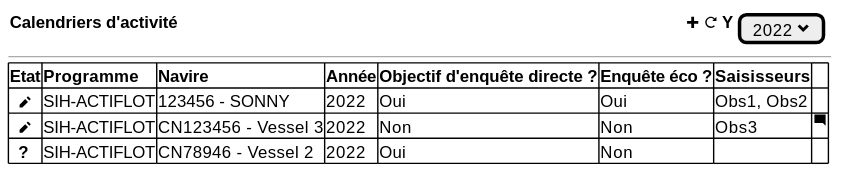
Above: projects/activity-calendar/spe/images/activity-calendar-table.svg in sumaris-net/sumaris-doc (PlantUML), before the change.
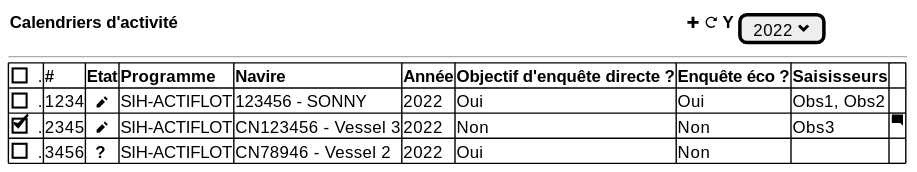
The same file after the commit.

The edit, as a diff of the source:
```diff
@@ -4,10 +4,10 @@
   --
 	{#
 
-     <b>Etat | <b>Programme | <b>Navire   | <b>Année | <b>Objectif d'enquête directe ? | <b>Enquête éco ?|<b>Saisisseurs | .
-     <b>  <&pencil> | SIH-ACTIFLOT | 123456 - SONNY | 2022 | Oui | Oui | Obs1, Obs2 | .
-     <b>  <&pencil> | SIH-ACTIFLOT | CN123456 - Vessel 3 | 2022 | Non | Non | Obs3 | <&comment-square>
-     <b>  ? | SIH-ACTIFLOT | CN78946 - Vessel 2 | 2022 | Oui | Non | .
+     [ ]. | <b># | <b>Etat | <b>Programme | <b>Navire   | <b>Année | <b>Objectif d'enquête directe ? | <b>Enquête éco ?|<b>Saisisseurs | .
+     [ ]. | 1234 | <b>  <&pencil> | SIH-ACTIFLOT | 123456 - SONNY | 2022 | Oui | Oui | Obs1, Obs2 | .
+     [X]. | 2345 | <b>  <&pencil> | SIH-ACTIFLOT | CN123456 - Vessel 3 | 2022 | Non | Non | Obs3 | <&comment-square>
+     [ ]. | 3456 | <b>  ? | SIH-ACTIFLOT | CN78946 - Vessel 2 | 2022 | Oui | Non | .
     }
 
 }
```
